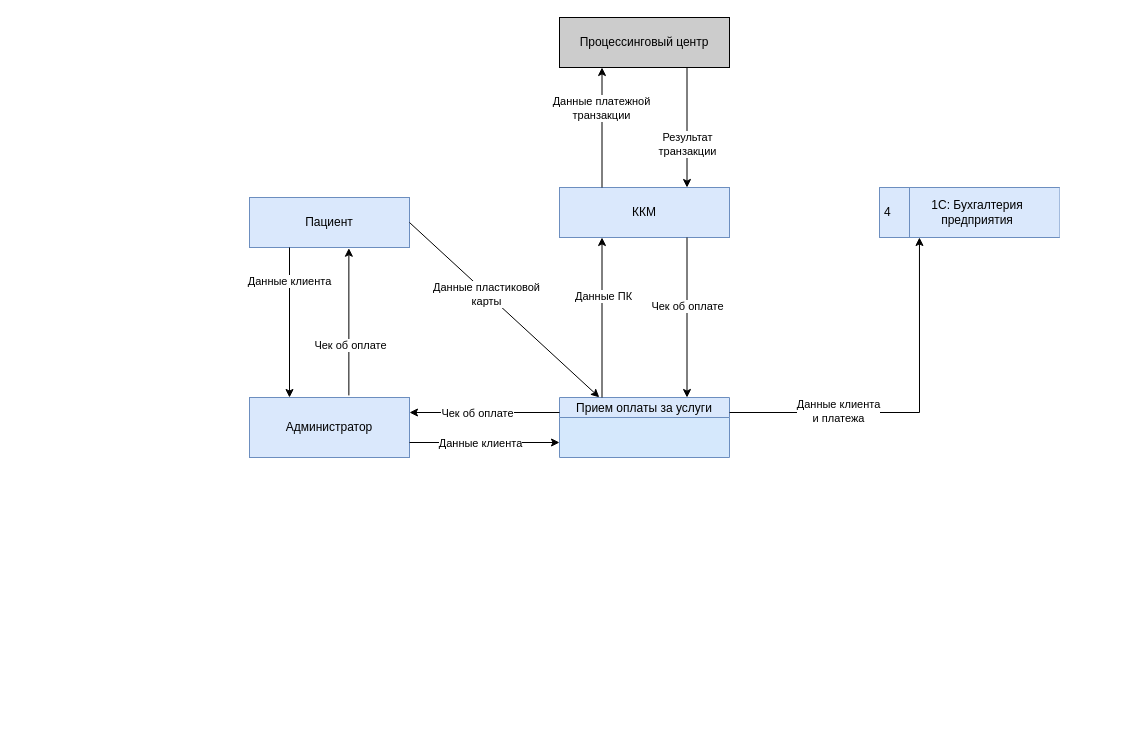
The draw.io diagram page "Оплата услуг пациентом" (3 of 7) of Task1/Diagrams.drawio in vir37/architecture-medikamente, before the edit. Source tidied: cells renumbered, new cells numbered last; positions are measured from the earlier drawing's top-left corner, leaving out a move shared by most shapes. Both pictures are drawn from the tidied source at 100%, with x=0, y=0 at pixel (249, 17).
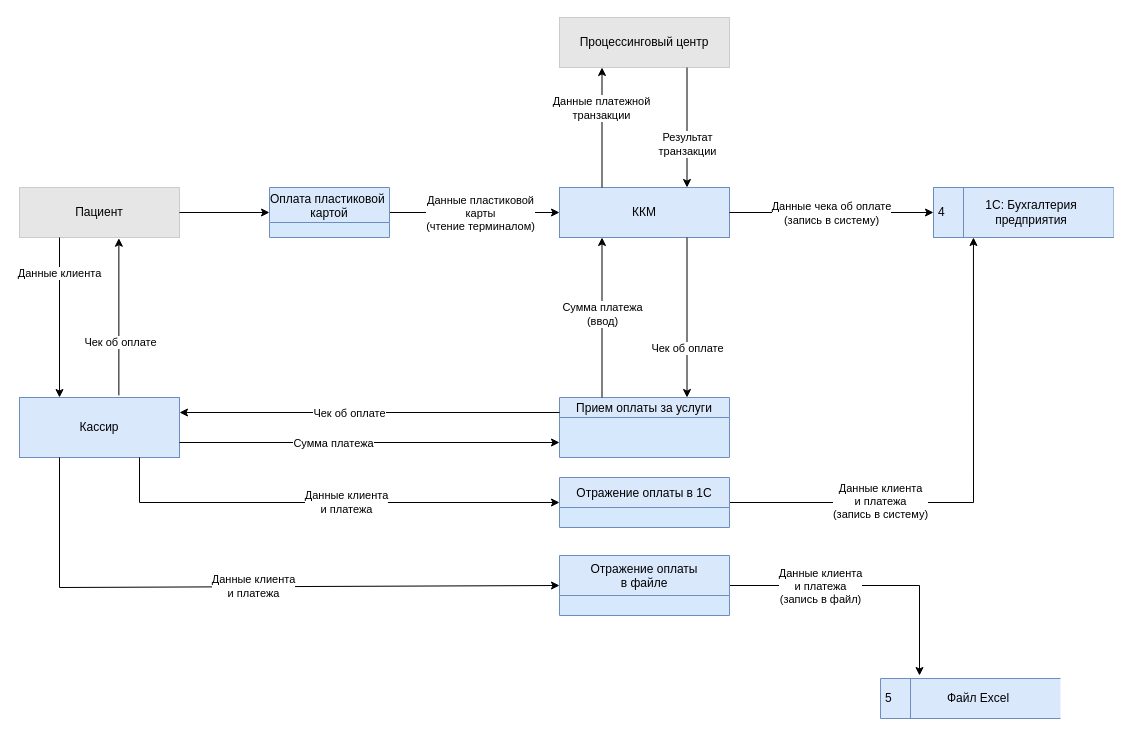
The same diagram, later.

The change refers to these unchanged cells:
```xml
<mxCell id="4" value="Прием оплаты за услуги" style="swimlane;fontStyle=0;horizontal=1;startSize=20;fillColor=#dae8fc;swimlaneFillColor=#D5E8FC;strokeColor=#6c8ebf;" parent="1" vertex="1">
  <mxGeometry x="310" y="380" width="170" height="60" as="geometry" />
</mxCell>
<mxCell id="9" value="ККМ" style="html=1;dashed=0;whiteSpace=wrap;fillColor=#dae8fc;strokeColor=#6c8ebf;" parent="1" vertex="1">
  <mxGeometry x="310" y="170" width="170" height="50" as="geometry" />
</mxCell>
<mxCell id="10" style="endArrow=classic;html=1;rounded=0;exitX=1;exitY=0.75;exitDx=0;exitDy=0;entryX=0;entryY=0.75;entryDx=0;entryDy=0;" parent="1" edge="1" source="3" target="4">
  <mxGeometry relative="1" as="geometry" />
</mxCell>
<mxCell id="14" value="4" style="html=1;dashed=0;whiteSpace=wrap;shape=mxgraph.dfd.dataStoreID;align=left;spacingLeft=3;points=[[0,0],[0.5,0],[1,0],[0,0.5],[1,0.5],[0,1],[0.5,1],[1,1]];fillColor=#dae8fc;strokeColor=#6c8ebf;" parent="13" vertex="1">
  <mxGeometry width="180" height="50" as="geometry" />
</mxCell>
<mxCell id="24" style="endArrow=classic;html=1;rounded=0;exitX=0.75;exitY=1;exitDx=0;exitDy=0;entryX=0.75;entryY=0;entryDx=0;entryDy=0;" parent="1" edge="1" source="9" target="4">
  <mxGeometry relative="1" as="geometry" />
</mxCell>
```

The edit, as a diff of the source:
```diff
@@
-    <mxCell id="2" value="Пациент" style="html=1;dashed=0;whiteSpace=wrap;fillColor=#dae8fc;strokeColor=#6c8ebf;" parent="1" vertex="1">
-      <mxGeometry y="180" width="160" height="50" as="geometry" />
+    <mxCell id="2" value="Пациент" style="html=1;dashed=0;whiteSpace=wrap;fillColor=#E6E6E6;strokeColor=#CCCCCC;" parent="1" vertex="1">
+      <mxGeometry x="-230" y="170" width="160" height="50" as="geometry" />
     </mxCell>
-    <mxCell id="3" value="Администратор" style="html=1;dashed=0;whiteSpace=wrap;fillColor=#dae8fc;strokeColor=#6c8ebf;" parent="1" vertex="1">
-      <mxGeometry y="380" width="160" height="60" as="geometry" />
+    <mxCell id="3" value="Кассир" style="html=1;dashed=0;whiteSpace=wrap;fillColor=#dae8fc;strokeColor=#6c8ebf;" parent="1" vertex="1">
+      <mxGeometry x="-230" y="380" width="160" height="60" as="geometry" />
     </mxCell>
@@
-    <mxCell id="11" value="Данные клиента" style="edgeLabel;html=1;align=center;verticalAlign=middle;" parent="10" vertex="1">
+    <mxCell id="11" value="Сумма платежа" style="edgeLabel;html=1;align=center;verticalAlign=middle;" parent="10" vertex="1">
       <mxGeometry x="-0.28" relative="1" as="geometry">
         <mxPoint x="16" as="offset" />
       </mxGeometry>
     </mxCell>
-    <mxCell id="12" value="Процессинговый центр" style="html=1;dashed=0;whiteSpace=wrap;fillColor=#CCCCCC;" parent="1" vertex="1">
+    <mxCell id="12" value="Процессинговый центр" style="html=1;dashed=0;whiteSpace=wrap;fillColor=#E6E6E6;strokeColor=#CCCCCC;" parent="1" vertex="1">
       <mxGeometry x="310" width="170" height="50" as="geometry" />
     </mxCell>
     <mxCell id="13" style="group;fillColor=#dae8fc;strokeColor=#6c8ebf;" parent="1" vertex="1">
-      <mxGeometry x="630" y="170" width="180" height="50" as="geometry" />
+      <mxGeometry x="684" y="170" width="180" height="50" as="geometry" />
     </mxCell>
@@
-    <mxCell id="20" style="endArrow=classic;html=1;rounded=0;exitX=1;exitY=0.5;exitDx=0;exitDy=0;entryX=0.234;entryY=-0.003;entryDx=0;entryDy=0;entryPerimeter=0;" parent="1" edge="1" source="2" target="4">
+    <mxCell id="20" style="endArrow=classic;html=1;rounded=0;exitX=1;exitY=0.5;exitDx=0;exitDy=0;entryX=0;entryY=0.5;entryDx=0;entryDy=0;" parent="1" edge="1" source="2" target="35">
       <mxGeometry relative="1" as="geometry" />
     </mxCell>
-    <mxCell id="21" value="Данные пластиковой&lt;br&gt;карты" style="edgeLabel;html=1;align=center;verticalAlign=middle;" parent="20" vertex="1">
-      <mxGeometry x="-0.19" y="-1" relative="1" as="geometry" />
-    </mxCell>
-    <mxCell id="22" style="endArrow=classic;html=1;rounded=0;exitX=0.25;exitY=0;exitDx=0;exitDy=0;entryX=0.25;entryY=1;entryDx=0;entryDy=0;" parent="1" edge="1" source="4" target="9">
+    <mxCell id="22" style="endArrow=classic;html=1;rounded=0;exitX=1;exitY=0.5;exitDx=0;exitDy=0;entryX=0;entryY=0.5;entryDx=0;entryDy=0;" parent="1" edge="1" source="35" target="9">
       <mxGeometry relative="1" as="geometry" />
     </mxCell>
-    <mxCell id="23" value="Данные ПК" style="edgeLabel;html=1;align=center;verticalAlign=middle;" parent="22" vertex="1">
-      <mxGeometry x="0.28" y="-1" relative="1" as="geometry" />
+    <mxCell id="23" value="Данные пластиковой&lt;div&gt;карты&lt;/div&gt;&lt;div&gt;(чтение терминалом)&lt;/div&gt;" style="edgeLabel;html=1;align=center;verticalAlign=middle;" parent="22" vertex="1">
+      <mxGeometry x="0.28" y="-1" relative="1" as="geometry">
+        <mxPoint x="-19" y="-1" as="offset" />
+      </mxGeometry>
     </mxCell>
@@
     <mxCell id="25" value="Чек об оплате" style="edgeLabel;html=1;align=center;verticalAlign=middle;" parent="24" vertex="1">
-      <mxGeometry x="-0.15" relative="1" as="geometry" />
+      <mxGeometry x="-0.15" relative="1" as="geometry">
+        <mxPoint y="42" as="offset" />
+      </mxGeometry>
     </mxCell>
-    <mxCell id="26" style="endArrow=classic;html=1;rounded=0;exitX=1;exitY=0.25;exitDx=0;exitDy=0;entryX=0.222;entryY=1;entryDx=0;entryDy=0;entryPerimeter=0;" parent="1" edge="1" source="4" target="14">
+    <mxCell id="26" style="endArrow=classic;html=1;rounded=0;exitX=1;exitY=0.5;exitDx=0;exitDy=0;entryX=0.222;entryY=1;entryDx=0;entryDy=0;entryPerimeter=0;" parent="1" edge="1" source="41" target="14">
       <mxGeometry relative="1" as="geometry">
         <Array as="points">
-          <mxPoint x="670" y="395" />
+          <mxPoint x="724" y="485" />
         </Array>
       </mxGeometry>
     </mxCell>
-    <mxCell id="27" value="Данные клиента&lt;br&gt;и платежа" style="edgeLabel;html=1;align=center;verticalAlign=middle;" parent="26" vertex="1">
+    <mxCell id="27" value="Данные клиента&lt;br&gt;и платежа&lt;div&gt;(запись в систему)&lt;/div&gt;" style="edgeLabel;html=1;align=center;verticalAlign=middle;" parent="26" vertex="1">
       <mxGeometry x="-0.41" y="2" relative="1" as="geometry" />
     </mxCell>
@@
+    <mxCell id="30" style="group;" parent="1" vertex="1">
+      <mxGeometry x="631" y="661" width="180" height="40" as="geometry" />
+    </mxCell>
+    <mxCell id="31" value="5" style="html=1;dashed=0;whiteSpace=wrap;shape=mxgraph.dfd.dataStoreID;align=left;spacingLeft=3;fillColor=#dae8fc;strokeColor=#6c8ebf;" parent="30" vertex="1">
+      <mxGeometry width="180" height="40" as="geometry" />
+    </mxCell>
+    <mxCell id="32" value="Файл Excel" style="text;html=1;strokeColor=none;fillColor=none;align=center;verticalAlign=middle;whiteSpace=wrap;overflow=hidden;" parent="30" vertex="1">
+      <mxGeometry x="33" y="7" width="130" height="25" as="geometry" />
+    </mxCell>
+    <mxCell id="33" style="endArrow=classic;html=1;rounded=0;exitX=1;exitY=0.5;exitDx=0;exitDy=0;" parent="1" edge="1" source="38">
+      <mxGeometry relative="1" as="geometry">
+        <mxPoint x="670" y="658" as="targetPoint" />
+        <Array as="points">
+          <mxPoint x="670" y="568" />
+        </Array>
+      </mxGeometry>
+    </mxCell>
+    <mxCell id="34" value="Данные клиента&lt;div&gt;и платежа&lt;/div&gt;&lt;div&gt;(запись в файл)&lt;/div&gt;" style="edgeLabel;html=1;align=center;verticalAlign=middle;" parent="33" vertex="1">
+      <mxGeometry x="-0.16" relative="1" as="geometry">
+        <mxPoint x="-28" as="offset" />
+      </mxGeometry>
+    </mxCell>
+    <mxCell id="35" value="Оплата пластиковой &#10;картой" style="swimlane;fontStyle=0;horizontal=1;startSize=35;fillColor=#dae8fc;swimlaneFillColor=#D5E8FC;strokeColor=#6c8ebf;" parent="1" vertex="1">
+      <mxGeometry x="20" y="170" width="120" height="50" as="geometry" />
+    </mxCell>
+    <mxCell id="36" style="endArrow=classic;html=1;rounded=0;entryX=0.25;entryY=1;entryDx=0;entryDy=0;exitX=0.25;exitY=0;exitDx=0;exitDy=0;" parent="1" edge="1" source="4" target="9">
+      <mxGeometry relative="1" as="geometry" />
+    </mxCell>
+    <mxCell id="37" value="Сумма платежа&lt;div&gt;(ввод)&lt;/div&gt;" style="edgeLabel;html=1;align=center;verticalAlign=middle;" parent="36" vertex="1">
+      <mxGeometry x="0.05" relative="1" as="geometry" />
+    </mxCell>
+    <mxCell id="38" value="Отражение оплаты&#10;в файле" style="swimlane;fontStyle=0;horizontal=1;startSize=40;fillColor=#dae8fc;swimlaneFillColor=#D5E8FC;strokeColor=#6c8ebf;" parent="1" vertex="1">
+      <mxGeometry x="310" y="538" width="170" height="60" as="geometry" />
+    </mxCell>
+    <mxCell id="39" style="endArrow=classic;html=1;rounded=0;entryX=0;entryY=0.5;entryDx=0;entryDy=0;exitX=0.25;exitY=1;exitDx=0;exitDy=0;" parent="1" edge="1" source="3" target="38">
+      <mxGeometry relative="1" as="geometry">
+        <Array as="points">
+          <mxPoint x="-190" y="570" />
+        </Array>
+      </mxGeometry>
+    </mxCell>
+    <mxCell id="40" value="Данные клиента&lt;div&gt;и платежа&lt;/div&gt;" style="edgeLabel;html=1;align=center;verticalAlign=middle;" parent="39" vertex="1">
+      <mxGeometry x="0.03" y="1" relative="1" as="geometry" />
+    </mxCell>
+    <mxCell id="41" value="Отражение оплаты в 1С" style="swimlane;fontStyle=0;horizontal=1;startSize=30;fillColor=#dae8fc;swimlaneFillColor=#D5E8FC;strokeColor=#6c8ebf;" parent="1" vertex="1">
+      <mxGeometry x="310" y="460" width="170" height="50" as="geometry" />
+    </mxCell>
+    <mxCell id="42" style="endArrow=classic;html=1;rounded=0;entryX=0;entryY=0.5;entryDx=0;entryDy=0;exitX=0.75;exitY=1;exitDx=0;exitDy=0;" parent="1" edge="1" source="3" target="41">
+      <mxGeometry relative="1" as="geometry">
+        <Array as="points">
+          <mxPoint x="-110" y="485" />
+        </Array>
+      </mxGeometry>
+    </mxCell>
+    <mxCell id="43" value="Данные клиента&lt;div&gt;и платежа&lt;/div&gt;" style="edgeLabel;html=1;align=center;verticalAlign=middle;" parent="42" vertex="1">
+      <mxGeometry x="0.08" y="1" relative="1" as="geometry" />
+    </mxCell>
+    <mxCell id="44" style="endArrow=classic;html=1;rounded=0;exitX=1;exitY=0.5;exitDx=0;exitDy=0;entryX=0;entryY=0.5;entryDx=0;entryDy=0;" parent="1" edge="1" source="9" target="14">
+      <mxGeometry relative="1" as="geometry" />
+    </mxCell>
+    <mxCell id="45" value="Данные чека об оплате&lt;div&gt;(запись в систему)&lt;/div&gt;" style="edgeLabel;html=1;align=center;verticalAlign=middle;" parent="44" vertex="1">
+      <mxGeometry x="0.31" relative="1" as="geometry">
+        <mxPoint x="-33" as="offset" />
+      </mxGeometry>
+    </mxCell>
```
